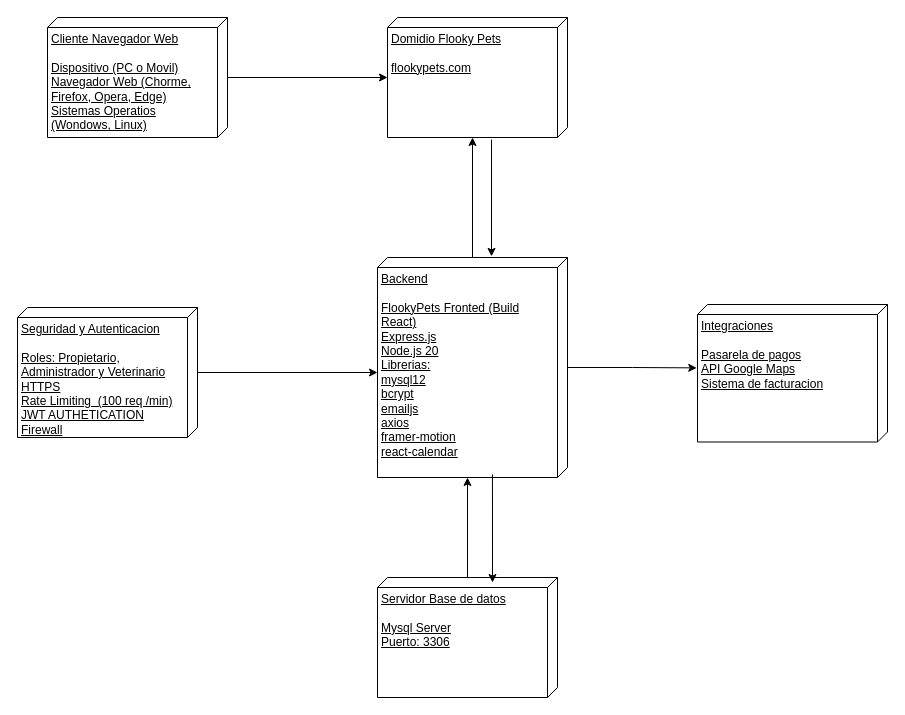
JuanDavid4562/Diagramas-Proyecto keeps this draw.io diagram as Diagrama despliegue.drawio. Above is the earlier version. Source tidied: cells renumbered, new cells numbered last; positions are measured from the earlier drawing's top-left corner, leaving out a move shared by most shapes. Both pictures are drawn from the tidied source at 100%, with x=0, y=0 at pixel (17, 17).
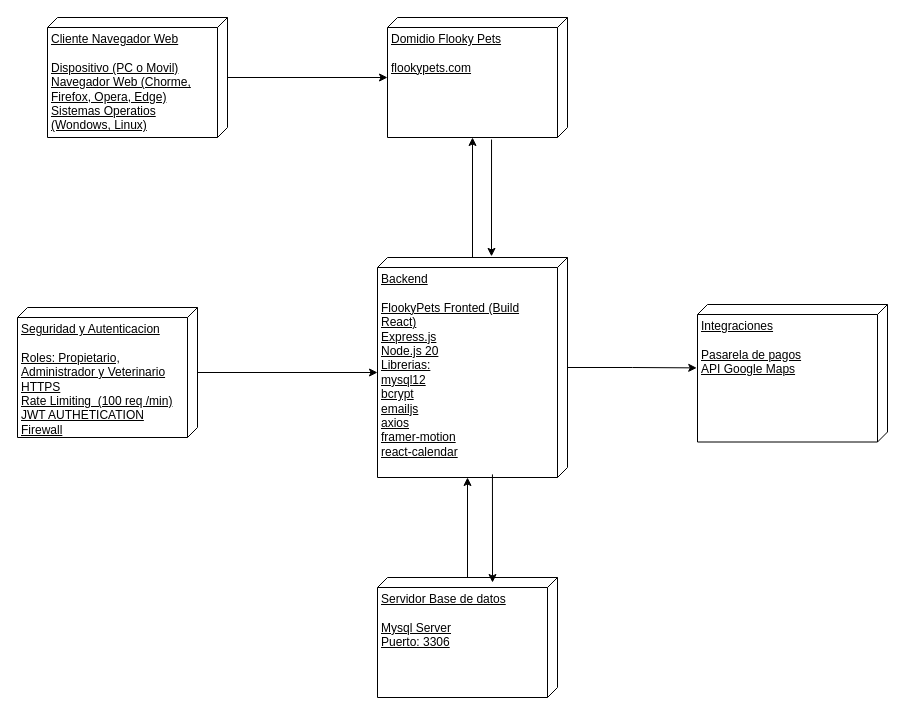
After the change.

What changed in the source:
```diff
@@
 <mxGraphModel>
   <root>
     <mxCell id="0" />
     <mxCell id="1" parent="0" />
     <mxCell id="2" style="edgeStyle=orthogonalEdgeStyle;rounded=0;jettySize=auto;html=1;" parent="1" edge="1" source="3" target="4">
       <mxGeometry relative="1" as="geometry" />
     </mxCell>
     <mxCell id="3" value="Cliente Navegador Web&lt;div&gt;&lt;br&gt;&lt;/div&gt;&lt;div&gt;Dispositivo (PC o Movil)&lt;/div&gt;&lt;div&gt;Navegador Web (Chorme, Firefox, Opera, Edge)&lt;/div&gt;&lt;div&gt;Sistemas Operatios (Wondows, Linux)&lt;/div&gt;" style="verticalAlign=top;align=left;spacingTop=8;spacingLeft=2;spacingRight=12;shape=cube;size=10;direction=south;fontStyle=4;html=1;whiteSpace=wrap;" parent="1" vertex="1">
       <mxGeometry x="30" width="180" height="120" as="geometry" />
     </mxCell>
     <mxCell id="4" value="Domidio Flooky Pets&lt;div&gt;&lt;br&gt;&lt;/div&gt;&lt;div&gt;flookypets.com&lt;/div&gt;" style="verticalAlign=top;align=left;spacingTop=8;spacingLeft=2;spacingRight=12;shape=cube;size=10;direction=south;fontStyle=4;html=1;whiteSpace=wrap;" parent="1" vertex="1">
       <mxGeometry x="370" width="180" height="120" as="geometry" />
     </mxCell>
     <mxCell id="5" value="Backend&lt;div&gt;&lt;br&gt;&lt;/div&gt;&lt;div&gt;FlookyPets Fronted (Build React)&lt;/div&gt;&lt;div&gt;Express.js&lt;/div&gt;&lt;div&gt;Node.js 20&lt;/div&gt;&lt;div&gt;Librerias:&lt;/div&gt;&lt;div&gt;mysql12&lt;/div&gt;&lt;div&gt;bcrypt&lt;/div&gt;&lt;div&gt;emailjs&lt;/div&gt;&lt;div&gt;axios&lt;/div&gt;&lt;div&gt;&lt;div&gt;framer-motion&lt;/div&gt;&lt;div&gt;react-calendar&lt;/div&gt;&lt;/div&gt;" style="verticalAlign=top;align=left;spacingTop=8;spacingLeft=2;spacingRight=12;shape=cube;size=10;direction=south;fontStyle=4;html=1;whiteSpace=wrap;" parent="1" vertex="1">
       <mxGeometry x="360" y="240" width="190" height="220" as="geometry" />
     </mxCell>
     <mxCell id="6" style="edgeStyle=orthogonalEdgeStyle;rounded=0;jettySize=auto;html=1;entryX=0;entryY=0;entryDx=120;entryDy=95;entryPerimeter=0;" parent="1" edge="1" source="5" target="4">
       <mxGeometry relative="1" as="geometry" />
     </mxCell>
     <mxCell id="7" style="edgeStyle=orthogonalEdgeStyle;rounded=0;jettySize=auto;html=1;entryX=-0.005;entryY=0.4;entryDx=0;entryDy=0;entryPerimeter=0;exitX=1.017;exitY=0.422;exitDx=0;exitDy=0;exitPerimeter=0;" parent="1" edge="1" source="4" target="5">
       <mxGeometry relative="1" as="geometry" />
     </mxCell>
     <mxCell id="8" value="Servidor Base de datos&lt;div&gt;&lt;br&gt;&lt;/div&gt;&lt;div&gt;Mysql Server&lt;/div&gt;&lt;div&gt;Puerto: 3306&lt;/div&gt;" style="verticalAlign=top;align=left;spacingTop=8;spacingLeft=2;spacingRight=12;shape=cube;size=10;direction=south;fontStyle=4;html=1;whiteSpace=wrap;" parent="1" vertex="1">
       <mxGeometry x="360" y="560" width="180" height="120" as="geometry" />
     </mxCell>
     <mxCell id="9" style="edgeStyle=orthogonalEdgeStyle;rounded=0;jettySize=auto;html=1;entryX=0;entryY=0;entryDx=220;entryDy=100;entryPerimeter=0;" parent="1" edge="1" source="8" target="5">
       <mxGeometry relative="1" as="geometry" />
     </mxCell>
     <mxCell id="10" style="edgeStyle=orthogonalEdgeStyle;rounded=0;jettySize=auto;html=1;entryX=0.042;entryY=0.361;entryDx=0;entryDy=0;entryPerimeter=0;exitX=0.986;exitY=0.395;exitDx=0;exitDy=0;exitPerimeter=0;" parent="1" edge="1" source="5" target="8">
       <mxGeometry relative="1" as="geometry" />
     </mxCell>
     <mxCell id="11" value="Seguridad y Autenticacion&lt;div&gt;&lt;br&gt;&lt;/div&gt;&lt;div&gt;Roles: Propietario, Administrador y Veterinario&lt;/div&gt;&lt;div&gt;HTTPS&lt;/div&gt;&lt;div&gt;Rate Limiting&amp;nbsp; (100 req /min)&lt;/div&gt;&lt;div&gt;JWT AUTHETICATION&lt;/div&gt;&lt;div&gt;Firewall&lt;/div&gt;" style="verticalAlign=top;align=left;spacingTop=8;spacingLeft=2;spacingRight=12;shape=cube;size=10;direction=south;fontStyle=4;html=1;whiteSpace=wrap;" parent="1" vertex="1">
       <mxGeometry y="290" width="180" height="130" as="geometry" />
     </mxCell>
     <mxCell id="12" style="edgeStyle=orthogonalEdgeStyle;rounded=0;jettySize=auto;html=1;entryX=0;entryY=0;entryDx=115;entryDy=190;entryPerimeter=0;" parent="1" edge="1" source="11" target="5">
       <mxGeometry relative="1" as="geometry" />
     </mxCell>
-    <mxCell id="13" value="Integraciones&lt;div&gt;&lt;br&gt;&lt;/div&gt;&lt;div&gt;Pasarela de pagos&lt;/div&gt;&lt;div&gt;API Google Maps&lt;/div&gt;&lt;div&gt;Sistema de facturacion&lt;/div&gt;" style="verticalAlign=top;align=left;spacingTop=8;spacingLeft=2;spacingRight=12;shape=cube;size=10;direction=south;fontStyle=4;html=1;whiteSpace=wrap;" parent="1" vertex="1">
+    <mxCell id="13" value="Integraciones&lt;div&gt;&lt;br&gt;&lt;/div&gt;&lt;div&gt;Pasarela de pagos&lt;/div&gt;&lt;div&gt;API Google Maps&lt;/div&gt;" style="verticalAlign=top;align=left;spacingTop=8;spacingLeft=2;spacingRight=12;shape=cube;size=10;direction=south;fontStyle=4;html=1;whiteSpace=wrap;" parent="1" vertex="1">
       <mxGeometry x="680" y="287" width="190" height="137.5" as="geometry" />
     </mxCell>
     <mxCell id="14" style="edgeStyle=orthogonalEdgeStyle;rounded=0;jettySize=auto;html=1;entryX=0.461;entryY=1.004;entryDx=0;entryDy=0;entryPerimeter=0;" parent="1" edge="1" source="5" target="13">
       <mxGeometry relative="1" as="geometry" />
     </mxCell>
   </root>
 </mxGraphModel>
```
